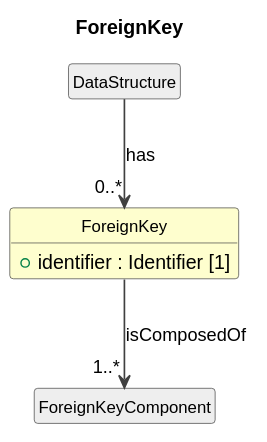
Before: cdif-uml-model/_plantuml/cdifDataStructure/Classes/ForeignKey.svg, a diagram exported from PlantUML (Cross-Domain-Interoperability-Framework/metadataBuildingBlocks).
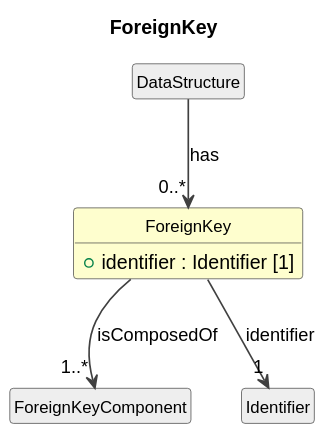
After the change.

What changed in the source:
```diff
@@ -17,4 +17,6 @@
 DataStructure --> "0..*" ForeignKey : has
 class "ForeignKeyComponent" as ForeignKeyComponent #EEEEEE
 ForeignKey --> "1..*" ForeignKeyComponent : isComposedOf
+class "Identifier" as Identifier #EEEEEE
+ForeignKey --> "1" Identifier : identifier
 @enduml
```
